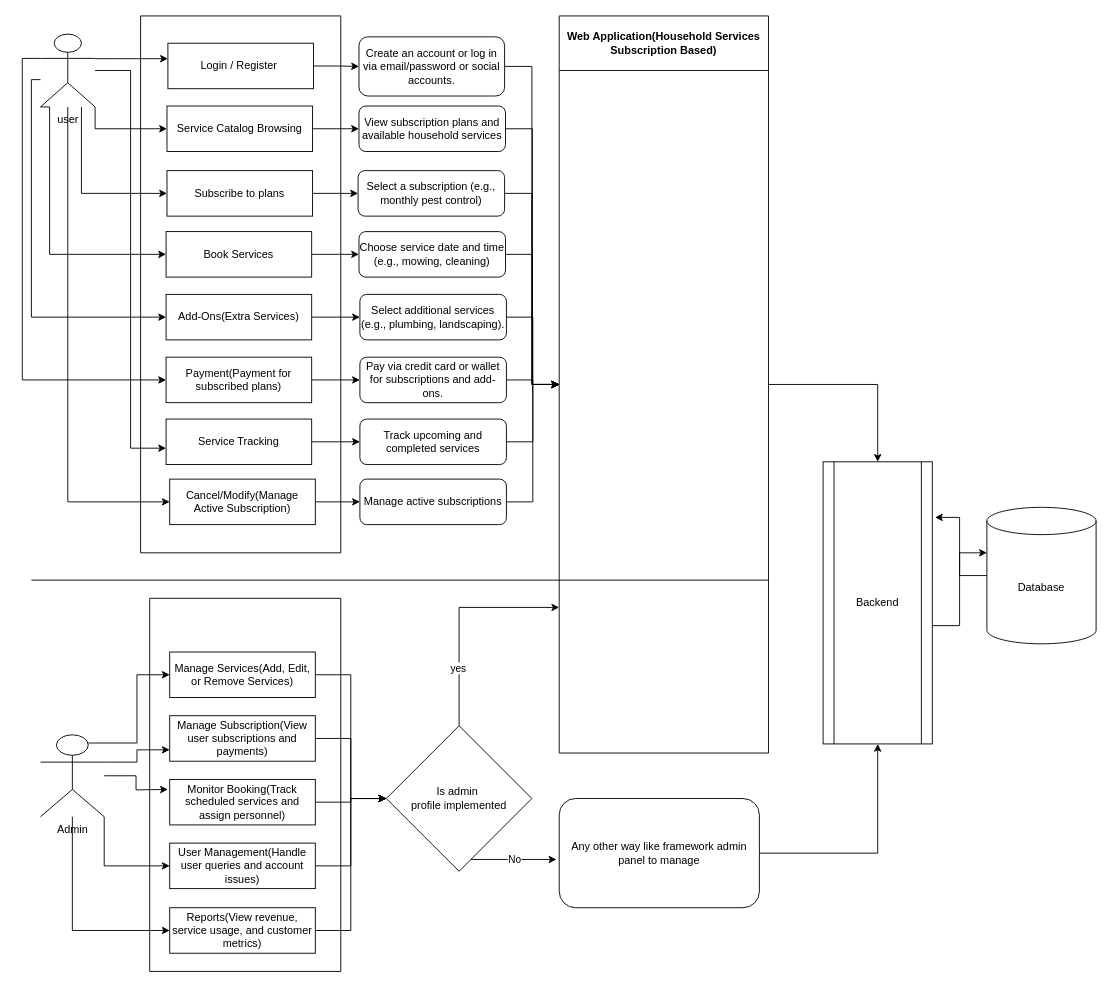
This is Untitled Diagram.drawio from revosambat/my_portfolio, a draw.io file, before an edit. Source tidied: cells renumbered, new cells numbered last; positions are measured from the earlier drawing's top-left corner, leaving out a move shared by most shapes. Both pictures are drawn from the tidied source at 91%, with x=0, y=0 at pixel (31, 15).
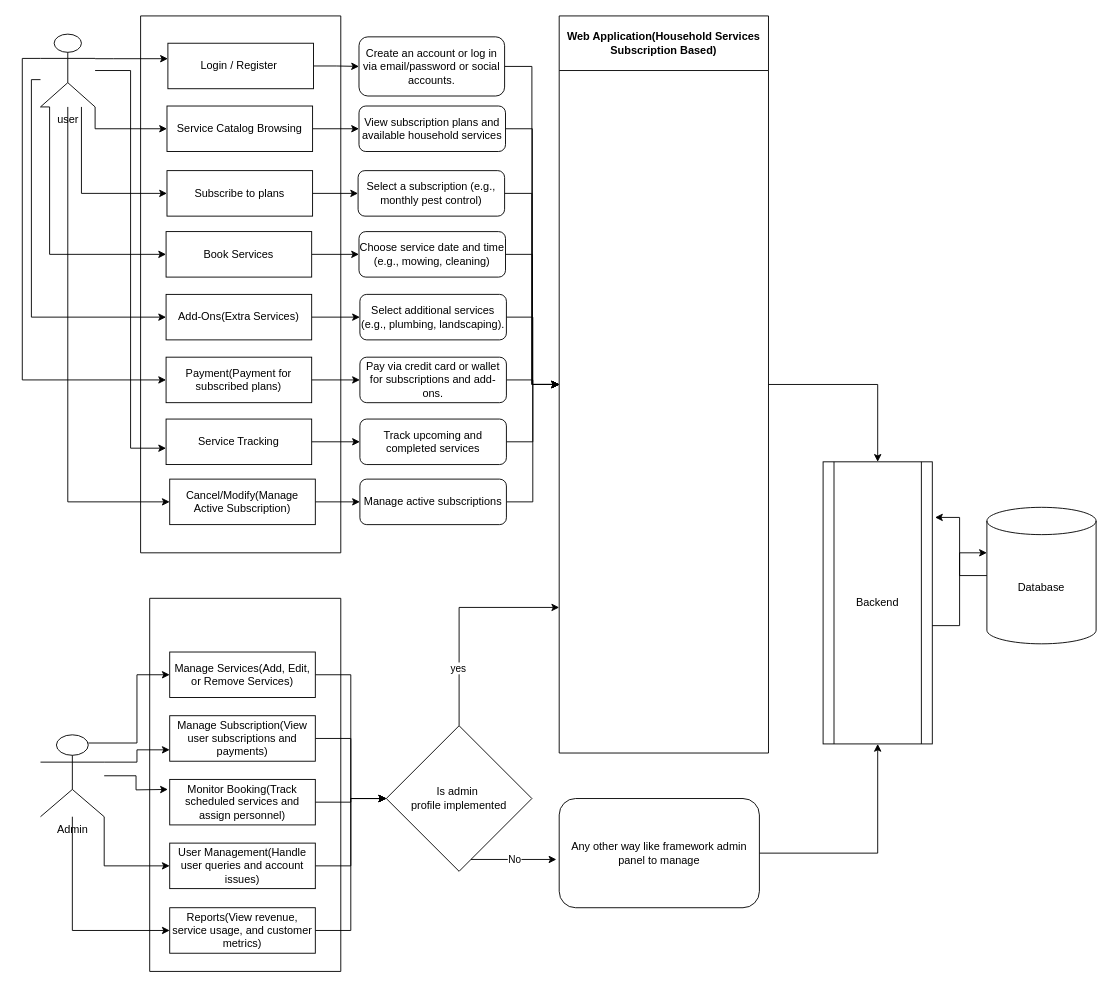
The same diagram, later.

Commit message:
unnecessary items removed

Diff of the diagram source:
```diff
@@
-    <mxCell id="33" style="endArrow=none;html=1;rounded=0;" parent="1" edge="1">
-      <mxGeometry relative="1" as="geometry">
-        <mxPoint y="620" as="sourcePoint" />
-        <mxPoint x="810" y="620" as="targetPoint" />
-      </mxGeometry>
-    </mxCell>
```
